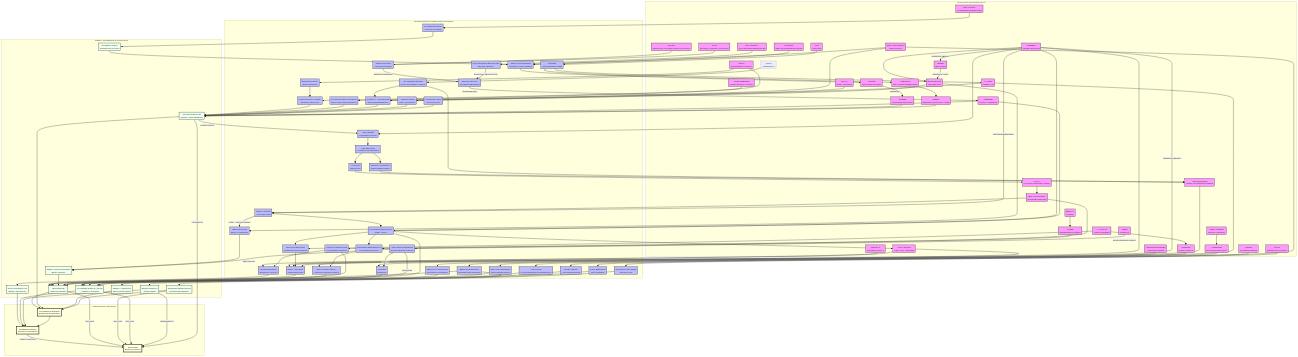
This is docs/figures/scoliosis_mechanism_map.png from sayuj1989-ops/life, a Mermaid export, as it was before one commit. Its source is kept beside it as docs/figures/scoliosis_mechanism_map.mmd.
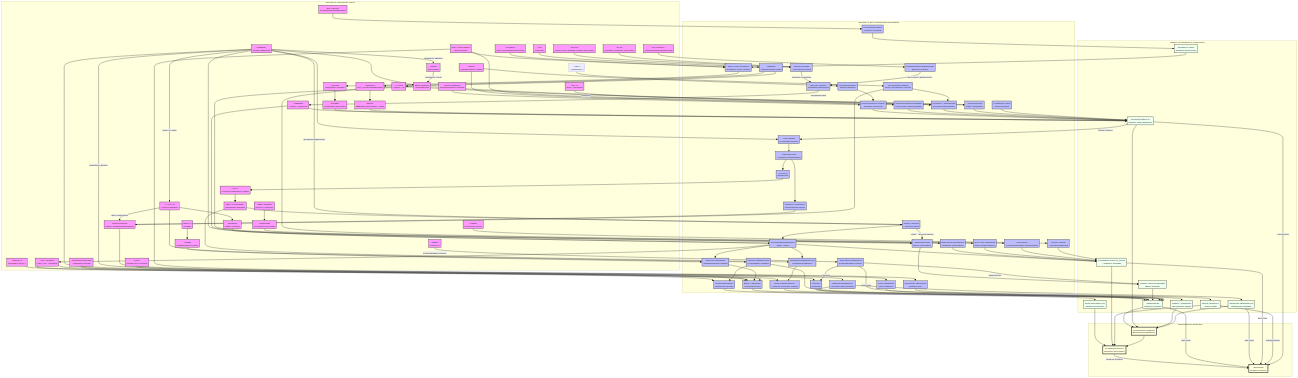
The same file after the commit.

Commit message:
docs(figures): add PIEZO1-YAP Disc Degeneration Axis to scoliosis mechanism map (#1170)

What changed in the source:
```diff
@@ -245,6 +245,9 @@
     PIEZO1 -- "Inhibition (Brake)" --> SOST
     SOST -- "Inhibition (Wnt)" --> Beta_Catenin
 
+    PIEZO1 -- "Ca2+/F-actin" --> YAP
+    YAP -- "Over-activation" --> MMP
+
     FBN1 -- "Sequestration Failure" --> TGFB
     TGFB -- "Osteopenia" --> TMD
     TGFB -- "Fibrosis" --> Fibrosis
```
